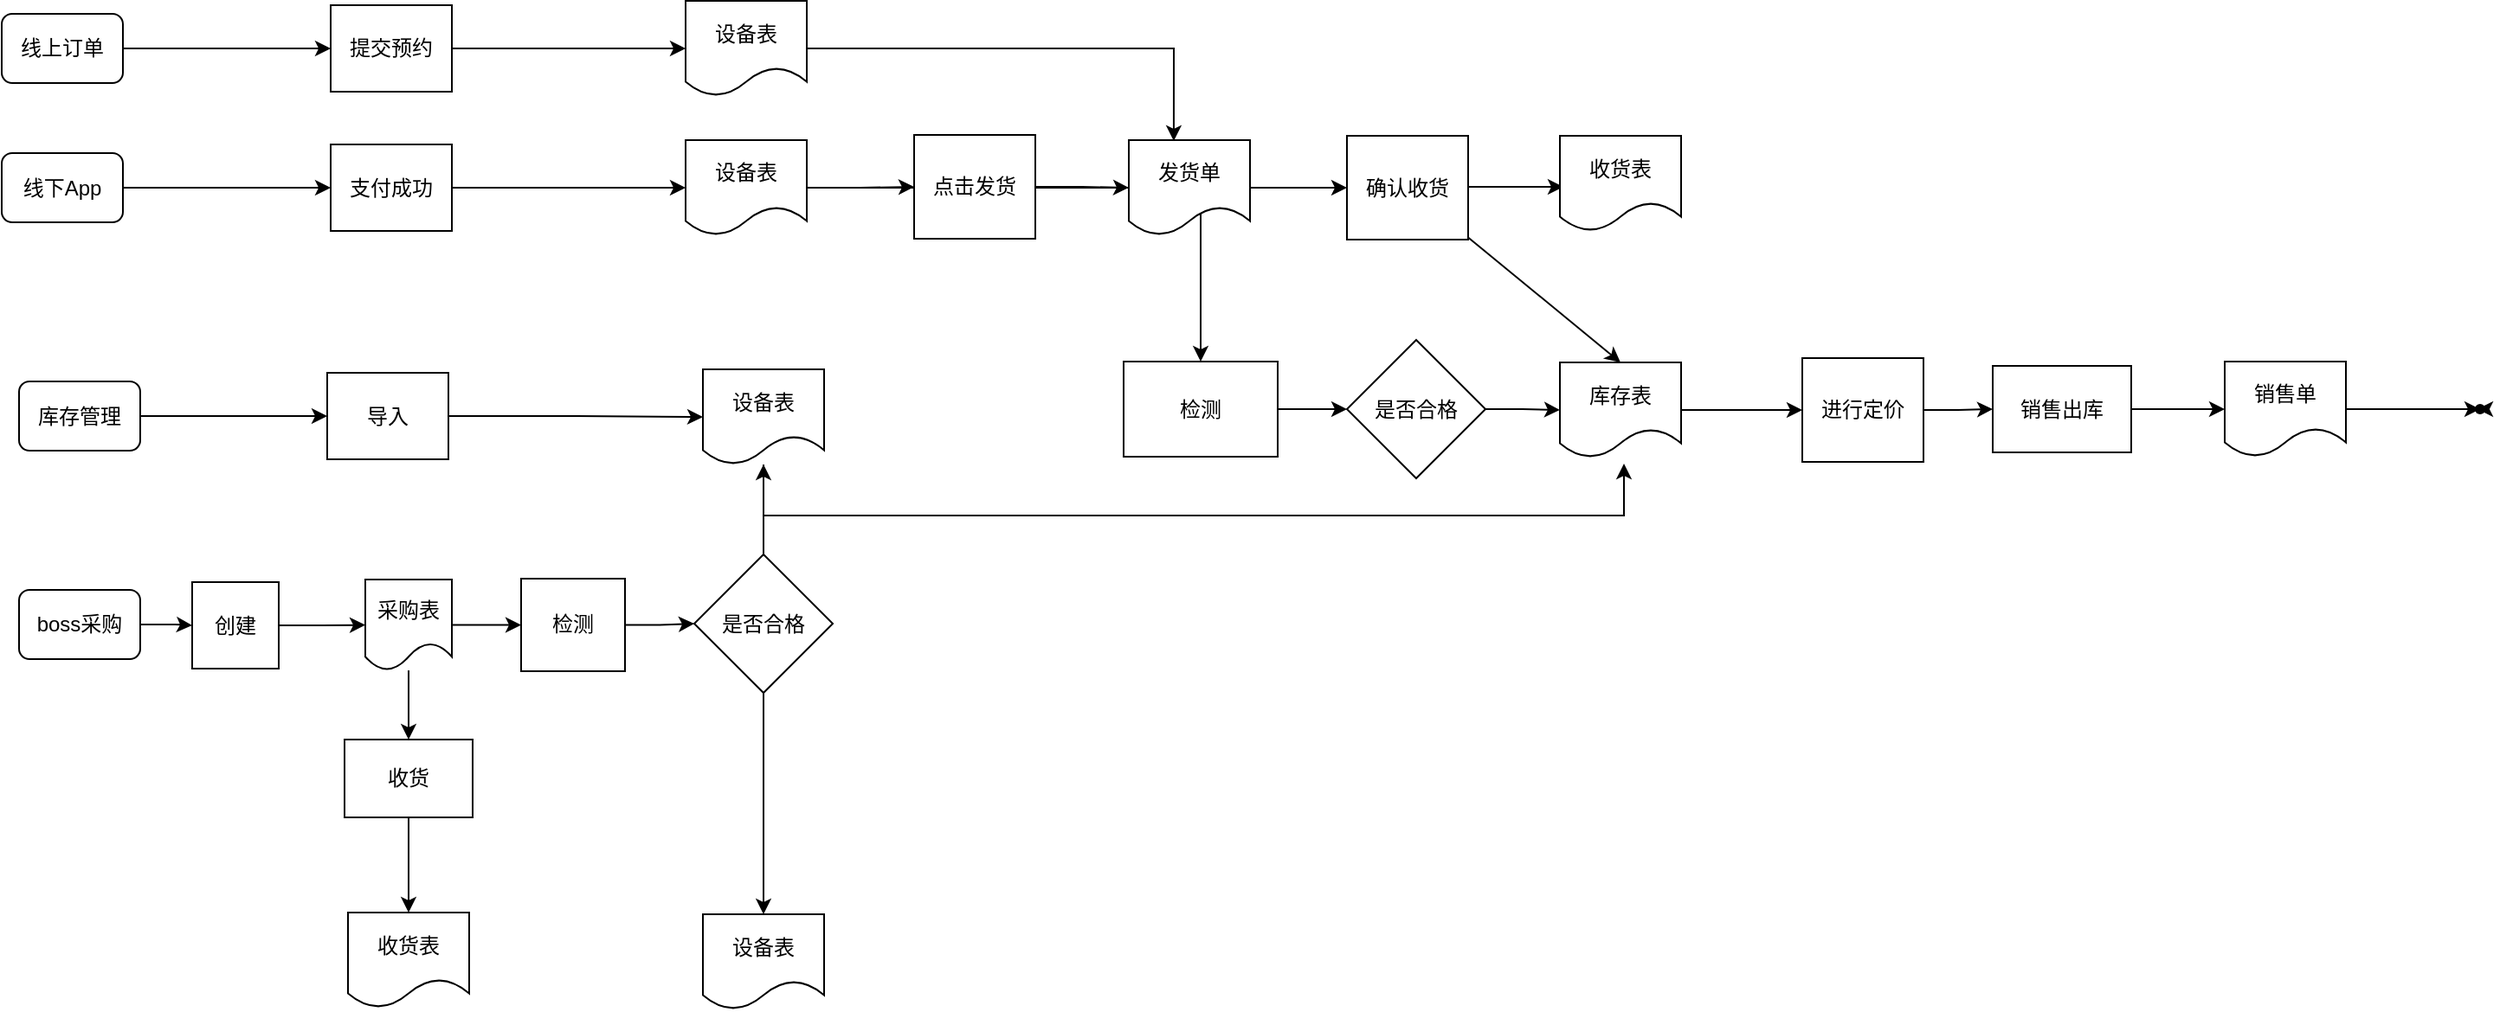
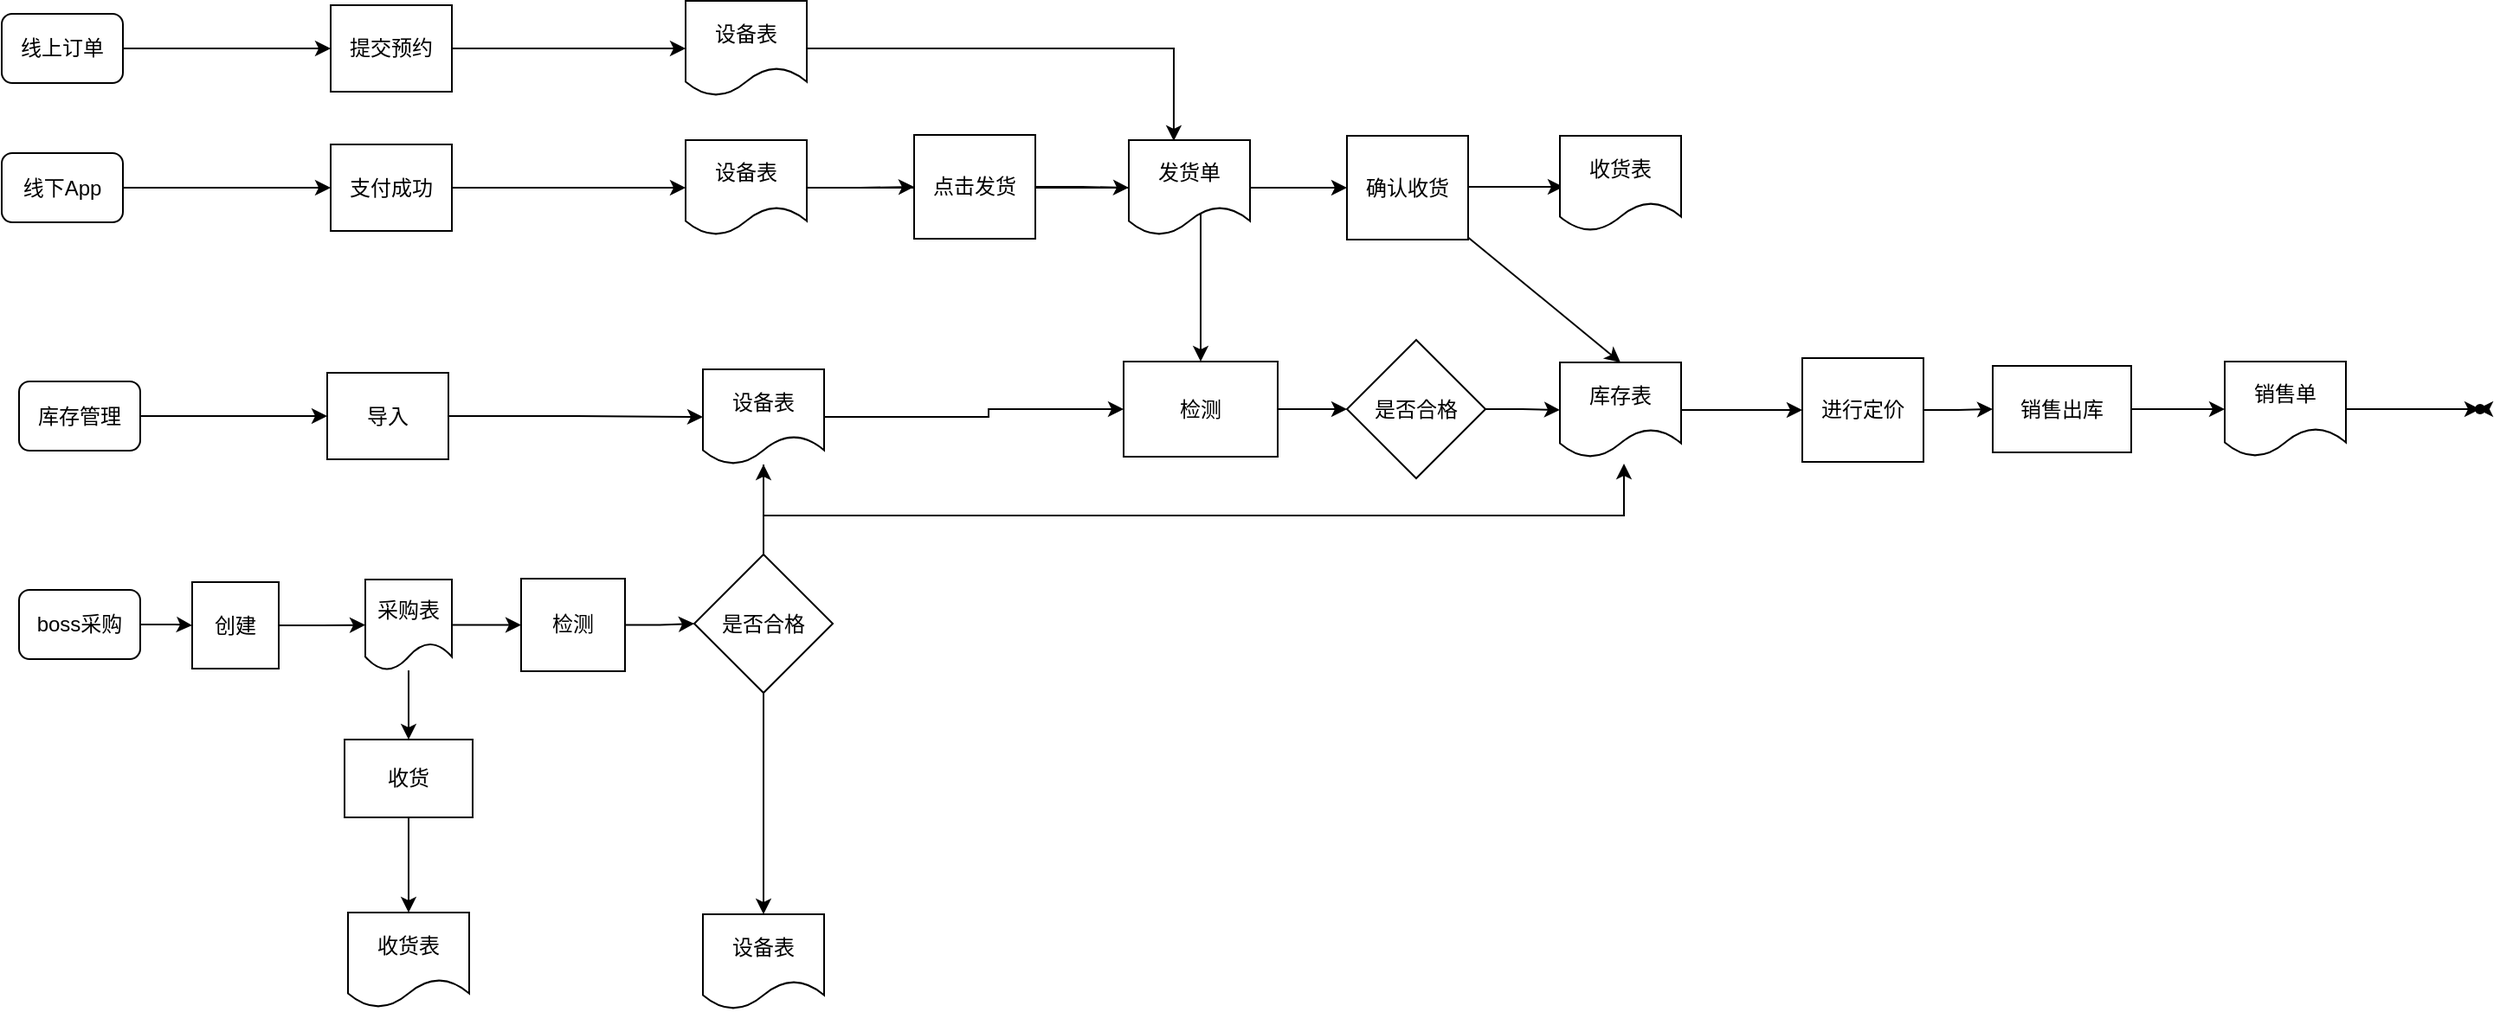
<mxfile host="app.diagrams.net">
  <diagram name="第 1 页" id="s3CgnVwbfZmktE_ADOAM">
    <mxGraphModel dx="1414" dy="730" grid="1" gridSize="10" guides="1" tooltips="1" connect="1" arrows="1" fold="1" page="1" pageScale="1" pageWidth="827" pageHeight="1169" math="0" shadow="0">
      <root>
        <mxCell id="0" />
        <mxCell id="1" parent="0" />
        <mxCell id="9bAV4iDaCewVaVFpZhyE-6" edge="1" parent="1" source="9bAV4iDaCewVaVFpZhyE-1" style="edgeStyle=orthogonalEdgeStyle;rounded=0;orthogonalLoop=1;jettySize=auto;html=1;entryX=0;entryY=0.5;entryDx=0;entryDy=0;" target="9bAV4iDaCewVaVFpZhyE-5">
          <mxGeometry relative="1" as="geometry" />
        </mxCell>
        <mxCell id="9bAV4iDaCewVaVFpZhyE-1" parent="1" style="rounded=1;whiteSpace=wrap;html=1;" value="线上订单" vertex="1">
          <mxGeometry height="40" width="70" x="100" y="200" as="geometry" />
        </mxCell>
        <mxCell id="9bAV4iDaCewVaVFpZhyE-8" edge="1" parent="1" source="9bAV4iDaCewVaVFpZhyE-2" style="edgeStyle=orthogonalEdgeStyle;rounded=0;orthogonalLoop=1;jettySize=auto;html=1;entryX=0;entryY=0.5;entryDx=0;entryDy=0;" target="9bAV4iDaCewVaVFpZhyE-7">
          <mxGeometry relative="1" as="geometry" />
        </mxCell>
        <mxCell id="9bAV4iDaCewVaVFpZhyE-2" parent="1" style="rounded=1;whiteSpace=wrap;html=1;" value="线下App" vertex="1">
          <mxGeometry height="40" width="70" x="100" y="280.5" as="geometry" />
        </mxCell>
        <mxCell id="9bAV4iDaCewVaVFpZhyE-18" edge="1" parent="1" source="9bAV4iDaCewVaVFpZhyE-4" style="edgeStyle=orthogonalEdgeStyle;rounded=0;orthogonalLoop=1;jettySize=auto;html=1;entryX=0;entryY=0.5;entryDx=0;entryDy=0;" target="9bAV4iDaCewVaVFpZhyE-17">
          <mxGeometry relative="1" as="geometry" />
        </mxCell>
        <mxCell id="9bAV4iDaCewVaVFpZhyE-4" parent="1" style="rounded=1;whiteSpace=wrap;html=1;" value="boss采购" vertex="1">
          <mxGeometry height="40" width="70" x="110" y="533" as="geometry" />
        </mxCell>
        <mxCell id="9bAV4iDaCewVaVFpZhyE-13" edge="1" parent="1" source="9bAV4iDaCewVaVFpZhyE-5" style="edgeStyle=orthogonalEdgeStyle;rounded=0;orthogonalLoop=1;jettySize=auto;html=1;entryX=0;entryY=0.5;entryDx=0;entryDy=0;" target="9bAV4iDaCewVaVFpZhyE-10">
          <mxGeometry relative="1" as="geometry" />
        </mxCell>
        <mxCell id="9bAV4iDaCewVaVFpZhyE-5" parent="1" style="rounded=0;whiteSpace=wrap;html=1;" value="提交预约" vertex="1">
          <mxGeometry height="50" width="70" x="290" y="195" as="geometry" />
        </mxCell>
        <mxCell id="9bAV4iDaCewVaVFpZhyE-14" edge="1" parent="1" source="9bAV4iDaCewVaVFpZhyE-7" style="edgeStyle=orthogonalEdgeStyle;rounded=0;orthogonalLoop=1;jettySize=auto;html=1;entryX=0;entryY=0.5;entryDx=0;entryDy=0;" target="9bAV4iDaCewVaVFpZhyE-11">
          <mxGeometry relative="1" as="geometry" />
        </mxCell>
        <mxCell id="9bAV4iDaCewVaVFpZhyE-7" parent="1" style="rounded=0;whiteSpace=wrap;html=1;" value="支付成功" vertex="1">
          <mxGeometry height="50" width="70" x="290" y="275.5" as="geometry" />
        </mxCell>
        <mxCell id="GVKssT9AvyQaVMVPeHK4-81" edge="1" parent="1" source="9bAV4iDaCewVaVFpZhyE-9" style="edgeStyle=orthogonalEdgeStyle;rounded=0;orthogonalLoop=1;jettySize=auto;html=1;" target="GVKssT9AvyQaVMVPeHK4-80" value="">
          <mxGeometry relative="1" as="geometry" />
        </mxCell>
        <mxCell id="9bAV4iDaCewVaVFpZhyE-9" parent="1" style="rounded=0;whiteSpace=wrap;html=1;" value="收货" vertex="1">
          <mxGeometry height="45" width="74" x="298" y="619.5" as="geometry" />
        </mxCell>
        <mxCell id="9bAV4iDaCewVaVFpZhyE-10" parent="1" style="shape=document;whiteSpace=wrap;html=1;boundedLbl=1;" value="设备表" vertex="1">
          <mxGeometry height="55" width="70" x="495" y="192.5" as="geometry" />
        </mxCell>
        <mxCell id="GVKssT9AvyQaVMVPeHK4-16" edge="1" parent="1" source="9bAV4iDaCewVaVFpZhyE-11" style="edgeStyle=orthogonalEdgeStyle;rounded=0;orthogonalLoop=1;jettySize=auto;html=1;entryX=0.5;entryY=0;entryDx=0;entryDy=0;" target="GVKssT9AvyQaVMVPeHK4-11">
          <mxGeometry relative="1" as="geometry" />
        </mxCell>
        <mxCell id="GVKssT9AvyQaVMVPeHK4-46" edge="1" parent="1" source="9bAV4iDaCewVaVFpZhyE-11" style="edgeStyle=orthogonalEdgeStyle;rounded=0;orthogonalLoop=1;jettySize=auto;html=1;entryX=0;entryY=0.5;entryDx=0;entryDy=0;" target="GVKssT9AvyQaVMVPeHK4-45">
          <mxGeometry relative="1" as="geometry" />
        </mxCell>
        <mxCell id="9bAV4iDaCewVaVFpZhyE-11" parent="1" style="shape=document;whiteSpace=wrap;html=1;boundedLbl=1;" value="设备表" vertex="1">
          <mxGeometry height="55" width="70" x="495" y="273" as="geometry" />
        </mxCell>
        <mxCell id="9bAV4iDaCewVaVFpZhyE-20" edge="1" parent="1" source="9bAV4iDaCewVaVFpZhyE-17" style="edgeStyle=orthogonalEdgeStyle;rounded=0;orthogonalLoop=1;jettySize=auto;html=1;entryX=0;entryY=0.5;entryDx=0;entryDy=0;" target="9bAV4iDaCewVaVFpZhyE-19">
          <mxGeometry relative="1" as="geometry" />
        </mxCell>
        <mxCell id="9bAV4iDaCewVaVFpZhyE-17" parent="1" style="rounded=0;whiteSpace=wrap;html=1;" value="创建" vertex="1">
          <mxGeometry height="50" width="50" x="210" y="528.5" as="geometry" />
        </mxCell>
        <mxCell id="GVKssT9AvyQaVMVPeHK4-70" edge="1" parent="1" source="9bAV4iDaCewVaVFpZhyE-19" style="edgeStyle=orthogonalEdgeStyle;rounded=0;orthogonalLoop=1;jettySize=auto;html=1;" target="9bAV4iDaCewVaVFpZhyE-9" value="">
          <mxGeometry relative="1" as="geometry" />
        </mxCell>
        <mxCell id="GVKssT9AvyQaVMVPeHK4-86" edge="1" parent="1" source="9bAV4iDaCewVaVFpZhyE-19" style="edgeStyle=orthogonalEdgeStyle;rounded=0;orthogonalLoop=1;jettySize=auto;html=1;" target="GVKssT9AvyQaVMVPeHK4-85" value="">
          <mxGeometry relative="1" as="geometry" />
        </mxCell>
        <mxCell id="9bAV4iDaCewVaVFpZhyE-19" parent="1" style="shape=document;whiteSpace=wrap;html=1;boundedLbl=1;" value="采购表" vertex="1">
          <mxGeometry height="52.5" width="50" x="310" y="527" as="geometry" />
        </mxCell>
        <mxCell id="GVKssT9AvyQaVMVPeHK4-67" edge="1" parent="1" source="GVKssT9AvyQaVMVPeHK4-10" style="edgeStyle=orthogonalEdgeStyle;rounded=0;orthogonalLoop=1;jettySize=auto;html=1;" target="GVKssT9AvyQaVMVPeHK4-13" value="">
          <mxGeometry relative="1" as="geometry" />
        </mxCell>
        <mxCell id="GVKssT9AvyQaVMVPeHK4-10" parent="1" style="rhombus;whiteSpace=wrap;html=1;" value="是否合格" vertex="1">
          <mxGeometry height="80" width="80" x="877" y="388.5" as="geometry" />
        </mxCell>
        <mxCell id="GVKssT9AvyQaVMVPeHK4-74" edge="1" parent="1" source="GVKssT9AvyQaVMVPeHK4-11" style="edgeStyle=orthogonalEdgeStyle;rounded=0;orthogonalLoop=1;jettySize=auto;html=1;" target="GVKssT9AvyQaVMVPeHK4-10" value="">
          <mxGeometry relative="1" as="geometry" />
        </mxCell>
        <mxCell id="GVKssT9AvyQaVMVPeHK4-11" parent="1" style="rounded=0;whiteSpace=wrap;html=1;" value="&lt;span style=&quot;text-align: left;&quot;&gt;检测&lt;/span&gt;" vertex="1">
          <mxGeometry height="55" width="89" x="748" y="401" as="geometry" />
        </mxCell>
        <mxCell id="GVKssT9AvyQaVMVPeHK4-60" edge="1" parent="1" source="GVKssT9AvyQaVMVPeHK4-13" style="edgeStyle=orthogonalEdgeStyle;rounded=0;orthogonalLoop=1;jettySize=auto;html=1;" target="GVKssT9AvyQaVMVPeHK4-19" value="">
          <mxGeometry relative="1" as="geometry" />
        </mxCell>
        <mxCell id="GVKssT9AvyQaVMVPeHK4-13" parent="1" style="shape=document;whiteSpace=wrap;html=1;boundedLbl=1;" value="库存表" vertex="1">
          <mxGeometry height="55" width="70" x="1000" y="401.5" as="geometry" />
        </mxCell>
        <mxCell id="GVKssT9AvyQaVMVPeHK4-22" edge="1" parent="1" source="GVKssT9AvyQaVMVPeHK4-19" style="edgeStyle=orthogonalEdgeStyle;rounded=0;orthogonalLoop=1;jettySize=auto;html=1;" target="GVKssT9AvyQaVMVPeHK4-21" value="">
          <mxGeometry relative="1" as="geometry" />
        </mxCell>
        <mxCell id="GVKssT9AvyQaVMVPeHK4-19" parent="1" style="rounded=0;whiteSpace=wrap;html=1;" value="进行定价" vertex="1">
          <mxGeometry height="60" width="70" x="1140" y="399" as="geometry" />
        </mxCell>
        <mxCell id="GVKssT9AvyQaVMVPeHK4-25" edge="1" parent="1" source="GVKssT9AvyQaVMVPeHK4-21" style="edgeStyle=orthogonalEdgeStyle;rounded=0;orthogonalLoop=1;jettySize=auto;html=1;" target="GVKssT9AvyQaVMVPeHK4-24" value="">
          <mxGeometry relative="1" as="geometry" />
        </mxCell>
        <mxCell id="GVKssT9AvyQaVMVPeHK4-21" parent="1" style="whiteSpace=wrap;html=1;rounded=0;" value="销售出库" vertex="1">
          <mxGeometry height="50" width="80" x="1250" y="403.5" as="geometry" />
        </mxCell>
        <mxCell id="GVKssT9AvyQaVMVPeHK4-62" edge="1" parent="1" source="GVKssT9AvyQaVMVPeHK4-61" style="edgeStyle=orthogonalEdgeStyle;rounded=0;orthogonalLoop=1;jettySize=auto;html=1;" value="">
          <mxGeometry relative="1" as="geometry">
            <mxPoint x="1530" y="429" as="targetPoint" />
          </mxGeometry>
        </mxCell>
        <mxCell id="GVKssT9AvyQaVMVPeHK4-24" parent="1" style="shape=document;whiteSpace=wrap;html=1;boundedLbl=1;" value="销售单" vertex="1">
          <mxGeometry height="55" width="70" x="1384" y="401" as="geometry" />
        </mxCell>
        <mxCell id="GVKssT9AvyQaVMVPeHK4-50" edge="1" parent="1" source="GVKssT9AvyQaVMVPeHK4-26" style="edgeStyle=orthogonalEdgeStyle;rounded=0;orthogonalLoop=1;jettySize=auto;html=1;" target="GVKssT9AvyQaVMVPeHK4-49" value="">
          <mxGeometry relative="1" as="geometry" />
        </mxCell>
        <mxCell id="GVKssT9AvyQaVMVPeHK4-26" parent="1" style="shape=document;whiteSpace=wrap;html=1;boundedLbl=1;" value="发货单" vertex="1">
          <mxGeometry height="55" width="70" x="751" y="273" as="geometry" />
        </mxCell>
        <mxCell id="GVKssT9AvyQaVMVPeHK4-30" edge="1" parent="1" source="9bAV4iDaCewVaVFpZhyE-2" style="edgeStyle=orthogonalEdgeStyle;rounded=0;orthogonalLoop=1;jettySize=auto;html=1;exitX=0.5;exitY=1;exitDx=0;exitDy=0;" target="9bAV4iDaCewVaVFpZhyE-2">
          <mxGeometry relative="1" as="geometry" />
        </mxCell>
        <mxCell id="GVKssT9AvyQaVMVPeHK4-31" edge="1" parent="1" style="edgeStyle=orthogonalEdgeStyle;rounded=0;orthogonalLoop=1;jettySize=auto;html=1;exitX=0.5;exitY=1;exitDx=0;exitDy=0;">
          <mxGeometry relative="1" as="geometry">
            <mxPoint x="200" y="390" as="sourcePoint" />
            <mxPoint x="200" y="390" as="targetPoint" />
          </mxGeometry>
        </mxCell>
        <mxCell id="GVKssT9AvyQaVMVPeHK4-34" edge="1" parent="1" source="GVKssT9AvyQaVMVPeHK4-32" style="edgeStyle=orthogonalEdgeStyle;rounded=0;orthogonalLoop=1;jettySize=auto;html=1;entryX=0;entryY=0.5;entryDx=0;entryDy=0;" target="GVKssT9AvyQaVMVPeHK4-33">
          <mxGeometry relative="1" as="geometry" />
        </mxCell>
        <mxCell id="GVKssT9AvyQaVMVPeHK4-32" parent="1" style="rounded=1;whiteSpace=wrap;html=1;" value="库存管理" vertex="1">
          <mxGeometry height="40" width="70" x="110" y="412.5" as="geometry" />
        </mxCell>
        <mxCell id="GVKssT9AvyQaVMVPeHK4-33" parent="1" style="rounded=0;whiteSpace=wrap;html=1;" value="导入" vertex="1">
          <mxGeometry height="50" width="70" x="288" y="407.5" as="geometry" />
        </mxCell>
        <mxCell id="GVKssT9AvyQaVMVPeHK4-39" edge="1" parent="1" style="edgeStyle=orthogonalEdgeStyle;rounded=0;orthogonalLoop=1;jettySize=auto;html=1;exitX=0.5;exitY=1;exitDx=0;exitDy=0;">
          <mxGeometry relative="1" as="geometry">
            <mxPoint x="133" y="453.5" as="sourcePoint" />
            <mxPoint x="133" y="453.5" as="targetPoint" />
          </mxGeometry>
        </mxCell>
        <mxCell id="GVKssT9AvyQaVMVPeHK4-75" edge="1" parent="1" source="GVKssT9AvyQaVMVPeHK4-40" style="edgeStyle=orthogonalEdgeStyle;rounded=0;orthogonalLoop=1;jettySize=auto;html=1;">
          <mxGeometry relative="1" as="geometry">
            <Array as="points">
              <mxPoint x="540" y="490" />
              <mxPoint x="1037" y="490" />
            </Array>
            <mxPoint x="1037" y="460" as="targetPoint" />
          </mxGeometry>
        </mxCell>
+         <mxCell id="GVKssT9AvyQaVMVPeHK4-94" edge="1" parent="1" source="GVKssT9AvyQaVMVPeHK4-40" style="edgeStyle=orthogonalEdgeStyle;rounded=0;orthogonalLoop=1;jettySize=auto;html=1;entryX=0;entryY=0.5;entryDx=0;entryDy=0;" target="GVKssT9AvyQaVMVPeHK4-11">
+           <mxGeometry relative="1" as="geometry">
+             <Array as="points">
+               <mxPoint x="670" y="433" />
+               <mxPoint x="670" y="429" />
+             </Array>
+           </mxGeometry>
+         </mxCell>
        <mxCell id="GVKssT9AvyQaVMVPeHK4-40" parent="1" style="shape=document;whiteSpace=wrap;html=1;boundedLbl=1;" value="设备表" vertex="1">
          <mxGeometry height="55" width="70" x="505" y="405.5" as="geometry" />
        </mxCell>
        <mxCell id="GVKssT9AvyQaVMVPeHK4-41" edge="1" parent="1" source="GVKssT9AvyQaVMVPeHK4-33" style="edgeStyle=orthogonalEdgeStyle;rounded=0;orthogonalLoop=1;jettySize=auto;html=1;entryX=0;entryY=0.5;entryDx=0;entryDy=0;" target="GVKssT9AvyQaVMVPeHK4-40">
          <mxGeometry relative="1" as="geometry" />
        </mxCell>
        <mxCell id="GVKssT9AvyQaVMVPeHK4-47" edge="1" parent="1" source="GVKssT9AvyQaVMVPeHK4-45" style="edgeStyle=orthogonalEdgeStyle;rounded=0;orthogonalLoop=1;jettySize=auto;html=1;entryX=0;entryY=0.5;entryDx=0;entryDy=0;" target="GVKssT9AvyQaVMVPeHK4-26">
          <mxGeometry relative="1" as="geometry" />
        </mxCell>
        <mxCell id="GVKssT9AvyQaVMVPeHK4-45" parent="1" style="rounded=0;whiteSpace=wrap;html=1;" value="点击发货" vertex="1">
          <mxGeometry height="60" width="70" x="627" y="270" as="geometry" />
        </mxCell>
        <mxCell id="GVKssT9AvyQaVMVPeHK4-48" edge="1" parent="1" source="9bAV4iDaCewVaVFpZhyE-10" style="edgeStyle=orthogonalEdgeStyle;rounded=0;orthogonalLoop=1;jettySize=auto;html=1;entryX=0.371;entryY=0.009;entryDx=0;entryDy=0;entryPerimeter=0;" target="GVKssT9AvyQaVMVPeHK4-26">
          <mxGeometry relative="1" as="geometry" />
        </mxCell>
        <mxCell id="GVKssT9AvyQaVMVPeHK4-52" edge="1" parent="1" source="GVKssT9AvyQaVMVPeHK4-49" style="edgeStyle=orthogonalEdgeStyle;rounded=0;orthogonalLoop=1;jettySize=auto;html=1;" value="">
          <mxGeometry relative="1" as="geometry">
            <mxPoint x="1002" y="300" as="targetPoint" />
          </mxGeometry>
        </mxCell>
        <mxCell id="GVKssT9AvyQaVMVPeHK4-76" edge="1" parent="1" source="GVKssT9AvyQaVMVPeHK4-49" style="rounded=0;orthogonalLoop=1;jettySize=auto;html=1;entryX=0.5;entryY=0;entryDx=0;entryDy=0;" target="GVKssT9AvyQaVMVPeHK4-13">
          <mxGeometry relative="1" as="geometry" />
        </mxCell>
        <mxCell id="GVKssT9AvyQaVMVPeHK4-49" parent="1" style="whiteSpace=wrap;html=1;" value="确认收货" vertex="1">
          <mxGeometry height="60" width="70" x="877" y="270.5" as="geometry" />
        </mxCell>
        <mxCell id="GVKssT9AvyQaVMVPeHK4-65" edge="1" parent="1" source="GVKssT9AvyQaVMVPeHK4-24" style="edgeStyle=orthogonalEdgeStyle;rounded=0;orthogonalLoop=1;jettySize=auto;html=1;" target="GVKssT9AvyQaVMVPeHK4-61" value="">
          <mxGeometry relative="1" as="geometry">
            <mxPoint x="1454" y="429" as="sourcePoint" />
            <mxPoint x="1530" y="429" as="targetPoint" />
          </mxGeometry>
        </mxCell>
        <mxCell id="GVKssT9AvyQaVMVPeHK4-61" parent="1" style="shape=waypoint;sketch=0;size=6;pointerEvents=1;points=[];fillColor=default;resizable=0;rotatable=0;perimeter=centerPerimeter;snapToPoint=1;" value="" vertex="1">
          <mxGeometry height="20" width="20" x="1521.5" y="418.5" as="geometry" />
        </mxCell>
        <mxCell id="GVKssT9AvyQaVMVPeHK4-79" parent="1" style="shape=document;whiteSpace=wrap;html=1;boundedLbl=1;" value="收货表" vertex="1">
          <mxGeometry height="55" width="70" x="1000" y="270.5" as="geometry" />
        </mxCell>
        <mxCell id="GVKssT9AvyQaVMVPeHK4-80" parent="1" style="shape=document;whiteSpace=wrap;html=1;boundedLbl=1;" value="收货表" vertex="1">
          <mxGeometry height="55" width="70" x="300" y="719.5" as="geometry" />
        </mxCell>
        <mxCell id="GVKssT9AvyQaVMVPeHK4-88" edge="1" parent="1" source="GVKssT9AvyQaVMVPeHK4-85" style="edgeStyle=orthogonalEdgeStyle;rounded=0;orthogonalLoop=1;jettySize=auto;html=1;" target="GVKssT9AvyQaVMVPeHK4-87" value="">
          <mxGeometry relative="1" as="geometry" />
        </mxCell>
        <mxCell id="GVKssT9AvyQaVMVPeHK4-85" parent="1" style="rounded=0;whiteSpace=wrap;html=1;" value="&lt;span style=&quot;text-align: left;&quot;&gt;检测&lt;/span&gt;" vertex="1">
          <mxGeometry height="53.5" width="60" x="400" y="526.5" as="geometry" />
        </mxCell>
        <mxCell id="GVKssT9AvyQaVMVPeHK4-91" edge="1" parent="1" source="GVKssT9AvyQaVMVPeHK4-87" style="edgeStyle=orthogonalEdgeStyle;rounded=0;orthogonalLoop=1;jettySize=auto;html=1;" target="GVKssT9AvyQaVMVPeHK4-40" value="">
          <mxGeometry relative="1" as="geometry" />
        </mxCell>
        <mxCell id="GVKssT9AvyQaVMVPeHK4-93" edge="1" parent="1" source="GVKssT9AvyQaVMVPeHK4-87" style="edgeStyle=orthogonalEdgeStyle;rounded=0;orthogonalLoop=1;jettySize=auto;html=1;entryX=0.5;entryY=0;entryDx=0;entryDy=0;" target="GVKssT9AvyQaVMVPeHK4-92">
          <mxGeometry relative="1" as="geometry" />
        </mxCell>
        <mxCell id="GVKssT9AvyQaVMVPeHK4-87" parent="1" style="rhombus;whiteSpace=wrap;html=1;" value="是否合格" vertex="1">
          <mxGeometry height="80" width="80" x="500" y="512.5" as="geometry" />
        </mxCell>
        <mxCell id="GVKssT9AvyQaVMVPeHK4-92" parent="1" style="shape=document;whiteSpace=wrap;html=1;boundedLbl=1;" value="设备表" vertex="1">
          <mxGeometry height="55" width="70" x="505" y="720.5" as="geometry" />
        </mxCell>
      </root>
    </mxGraphModel>
  </diagram>
</mxfile>
